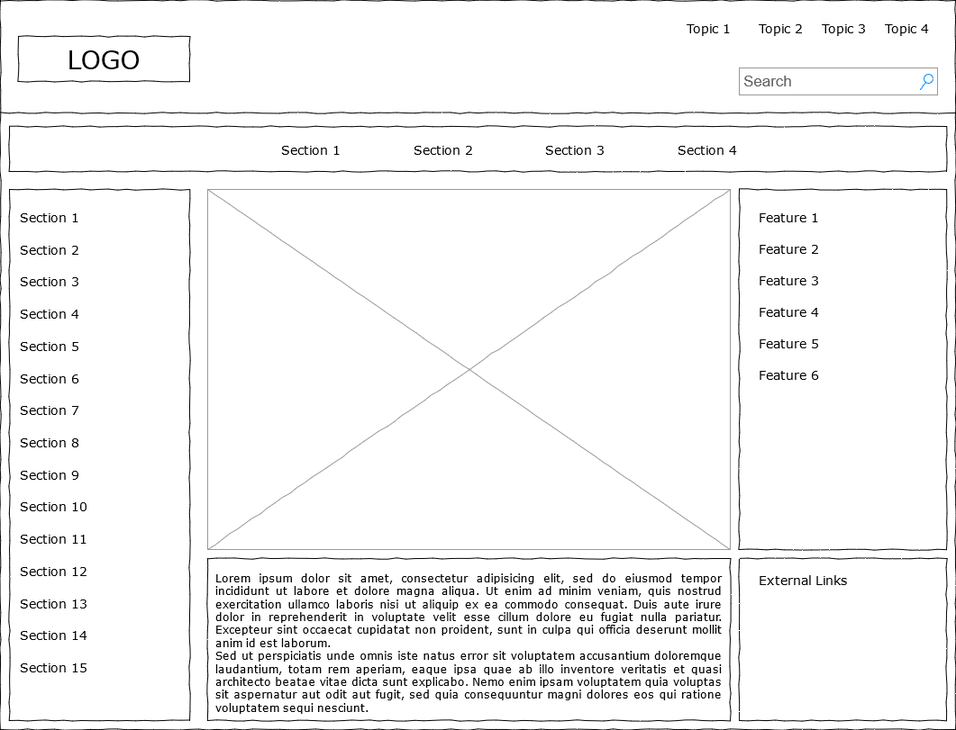
Above: designUX/AdvisorLayoutJustin.drawio.png in olmansju/advisingHelperClientSide (draw.io), before the change. Source tidied: cells renumbered, new cells last; positions are measured from the earlier drawing's top-left corner, leaving out a move shared by most shapes.
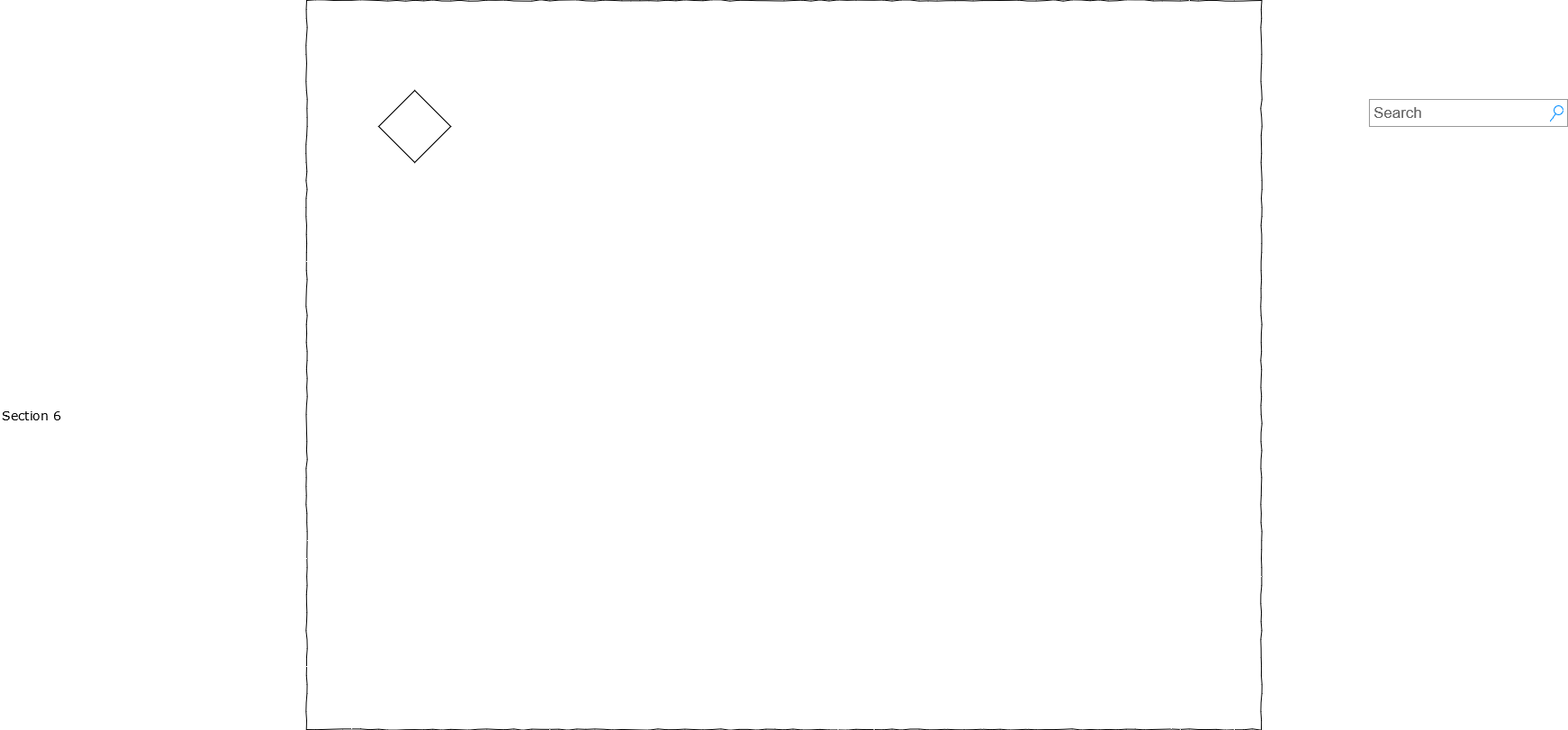
Above is the later version.

What changed in the source:
```diff
@@ -5,122 +5,14 @@
     <mxCell id="2" style="whiteSpace=wrap;html=1;rounded=0;shadow=0;labelBackgroundColor=none;strokeColor=#000000;strokeWidth=1;fillColor=none;fontFamily=Verdana;fontSize=12;fontColor=#000000;align=center;comic=1;" parent="1" vertex="1">
       <mxGeometry width="1060" height="810" as="geometry" />
     </mxCell>
-    <mxCell id="3" value="LOGO" style="whiteSpace=wrap;html=1;rounded=0;shadow=0;labelBackgroundColor=none;strokeWidth=1;fontFamily=Verdana;fontSize=28;align=center;comic=1;" parent="1" vertex="1">
-      <mxGeometry x="20" y="40" width="190" height="50" as="geometry" />
-    </mxCell>
     <mxCell id="4" value="Search" style="strokeWidth=1;shadow=0;dashed=0;align=center;html=1;shape=mxgraph.mockup.forms.searchBox;strokeColor=#999999;mainText=;strokeColor2=#008cff;fontColor=#666666;fontSize=17;align=left;spacingLeft=3;rounded=0;labelBackgroundColor=none;comic=1;" parent="1" vertex="1">
-      <mxGeometry x="820" y="75" width="220" height="30" as="geometry" />
+      <mxGeometry x="1180" y="110" width="220" height="30" as="geometry" />
     </mxCell>
-    <mxCell id="5" value="Topic 1" style="text;html=1;align=left;verticalAlign=top;spacingTop=-4;fontSize=14;fontFamily=Verdana;" parent="1" vertex="1">
-      <mxGeometry x="760" y="20" width="60" height="20" as="geometry" />
-    </mxCell>
-    <mxCell id="6" value="Topic 2" style="text;html=1;align=left;verticalAlign=top;spacingTop=-4;fontSize=14;fontFamily=Verdana;" parent="1" vertex="1">
-      <mxGeometry x="840" y="20" width="60" height="20" as="geometry" />
-    </mxCell>
-    <mxCell id="7" value="Topic 3" style="text;html=1;align=left;verticalAlign=top;spacingTop=-4;fontSize=14;fontFamily=Verdana;" parent="1" vertex="1">
-      <mxGeometry x="910" y="20" width="60" height="20" as="geometry" />
-    </mxCell>
-    <mxCell id="8" value="Topic 4" style="text;html=1;align=left;verticalAlign=top;spacingTop=-4;fontSize=14;fontFamily=Verdana;" parent="1" vertex="1">
-      <mxGeometry x="980" y="20" width="60" height="20" as="geometry" />
-    </mxCell>
-    <mxCell id="9" style="whiteSpace=wrap;html=1;rounded=0;shadow=0;labelBackgroundColor=none;strokeWidth=1;fillColor=none;fontFamily=Verdana;fontSize=12;align=center;comic=1;" parent="1" vertex="1">
-      <mxGeometry x="10" y="210" width="200" height="590" as="geometry" />
-    </mxCell>
-    <mxCell id="10" style="line;strokeWidth=1;html=1;rounded=0;shadow=0;labelBackgroundColor=none;fillColor=none;fontFamily=Verdana;fontSize=14;fontColor=#000000;align=center;comic=1;" parent="1" vertex="1">
-      <mxGeometry y="120" width="1060" height="10" as="geometry" />
-    </mxCell>
-    <mxCell id="11" style="whiteSpace=wrap;html=1;rounded=0;shadow=0;labelBackgroundColor=none;strokeWidth=1;fillColor=none;fontFamily=Verdana;fontSize=12;align=center;comic=1;" parent="1" vertex="1">
-      <mxGeometry x="10" y="140" width="1040" height="50" as="geometry" />
-    </mxCell>
-    <mxCell id="12" value="Section 1" style="text;html=1;align=left;verticalAlign=top;spacingTop=-4;fontSize=14;fontFamily=Verdana;" parent="1" vertex="1">
-      <mxGeometry x="310" y="155" width="60" height="20" as="geometry" />
-    </mxCell>
-    <mxCell id="13" value="Section 2" style="text;html=1;align=left;verticalAlign=top;spacingTop=-4;fontSize=14;fontFamily=Verdana;" parent="1" vertex="1">
-      <mxGeometry x="457" y="155" width="60" height="20" as="geometry" />
-    </mxCell>
-    <mxCell id="14" value="Section 3" style="text;html=1;align=left;verticalAlign=top;spacingTop=-4;fontSize=14;fontFamily=Verdana;" parent="1" vertex="1">
-      <mxGeometry x="603" y="155" width="60" height="20" as="geometry" />
-    </mxCell>
-    <mxCell id="15" value="Section 4" style="text;html=1;align=left;verticalAlign=top;spacingTop=-4;fontSize=14;fontFamily=Verdana;" parent="1" vertex="1">
-      <mxGeometry x="750" y="155" width="60" height="20" as="geometry" />
-    </mxCell>
-    <mxCell id="16" value="&lt;div style=&quot;text-align: justify&quot;&gt;&lt;span&gt;Lorem ipsum dolor sit amet, consectetur adipisicing elit, sed do eiusmod tempor incididunt ut labore et dolore magna aliqua. Ut enim ad minim veniam, quis nostrud exercitation ullamco laboris nisi ut aliquip ex ea commodo consequat. Duis aute irure dolor in reprehenderit in voluptate velit esse cillum dolore eu fugiat nulla pariatur. Excepteur sint occaecat cupidatat non proident, sunt in culpa qui officia deserunt mollit anim id est laborum.&lt;/span&gt;&lt;/div&gt;&lt;div style=&quot;text-align: justify&quot;&gt;&lt;span&gt;Sed ut perspiciatis unde omnis iste natus error sit voluptatem accusantium doloremque laudantium, totam rem aperiam, eaque ipsa quae ab illo inventore veritatis et quasi architecto beatae vitae dicta sunt explicabo. Nemo enim ipsam voluptatem quia voluptas sit aspernatur aut odit aut fugit, sed quia consequuntur magni dolores eos qui ratione voluptatem sequi nesciunt.&amp;nbsp;&lt;/span&gt;&lt;/div&gt;" style="whiteSpace=wrap;html=1;rounded=0;shadow=0;labelBackgroundColor=none;strokeWidth=1;fillColor=none;fontFamily=Verdana;fontSize=12;align=center;verticalAlign=top;spacing=10;comic=1;" parent="1" vertex="1">
-      <mxGeometry x="230" y="620" width="580" height="180" as="geometry" />
-    </mxCell>
-    <mxCell id="17" style="verticalLabelPosition=bottom;shadow=0;dashed=0;align=center;html=1;verticalAlign=top;strokeWidth=1;shape=mxgraph.mockup.graphics.simpleIcon;strokeColor=#999999;rounded=0;labelBackgroundColor=none;fontFamily=Verdana;fontSize=14;fontColor=#000000;comic=1;" parent="1" vertex="1">
-      <mxGeometry x="230" y="210" width="580" height="400" as="geometry" />
-    </mxCell>
-    <mxCell id="18" style="whiteSpace=wrap;html=1;rounded=0;shadow=0;labelBackgroundColor=none;strokeWidth=1;fillColor=none;fontFamily=Verdana;fontSize=12;align=center;comic=1;" parent="1" vertex="1">
-      <mxGeometry x="820" y="210" width="230" height="400" as="geometry" />
-    </mxCell>
-    <mxCell id="19" style="whiteSpace=wrap;html=1;rounded=0;shadow=0;labelBackgroundColor=none;strokeWidth=1;fillColor=none;fontFamily=Verdana;fontSize=12;align=center;comic=1;" parent="1" vertex="1">
-      <mxGeometry x="820" y="620" width="230" height="180" as="geometry" />
-    </mxCell>
-    <mxCell id="20" value="Section 1" style="text;html=1;align=left;verticalAlign=top;spacingTop=-4;fontSize=14;fontFamily=Verdana;" parent="1" vertex="1">
-      <mxGeometry x="20" y="230" width="170" height="20" as="geometry" />
-    </mxCell>
-    <mxCell id="21" value="Section 2" style="text;html=1;align=left;verticalAlign=top;spacingTop=-4;fontSize=14;fontFamily=Verdana;" parent="1" vertex="1">
-      <mxGeometry x="20" y="266" width="170" height="20" as="geometry" />
-    </mxCell>
-    <mxCell id="22" value="Section 3" style="text;html=1;align=left;verticalAlign=top;spacingTop=-4;fontSize=14;fontFamily=Verdana;" parent="1" vertex="1">
-      <mxGeometry x="20" y="301" width="170" height="20" as="geometry" />
-    </mxCell>
-    <mxCell id="23" value="Section 4" style="text;html=1;align=left;verticalAlign=top;spacingTop=-4;fontSize=14;fontFamily=Verdana;" parent="1" vertex="1">
-      <mxGeometry x="20" y="337" width="170" height="20" as="geometry" />
-    </mxCell>
-    <mxCell id="24" value="Section 7" style="text;html=1;align=left;verticalAlign=top;spacingTop=-4;fontSize=14;fontFamily=Verdana;" parent="1" vertex="1">
-      <mxGeometry x="20" y="444" width="170" height="20" as="geometry" />
-    </mxCell>
-    <mxCell id="25" value="Section 8" style="text;html=1;align=left;verticalAlign=top;spacingTop=-4;fontSize=14;fontFamily=Verdana;" parent="1" vertex="1">
-      <mxGeometry x="20" y="480" width="170" height="20" as="geometry" />
-    </mxCell>
-    <mxCell id="26" value="Section 9" style="text;html=1;align=left;verticalAlign=top;spacingTop=-4;fontSize=14;fontFamily=Verdana;" parent="1" vertex="1">
-      <mxGeometry x="20" y="516" width="170" height="20" as="geometry" />
-    </mxCell>
-    <mxCell id="27" value="Section 10" style="text;html=1;align=left;verticalAlign=top;spacingTop=-4;fontSize=14;fontFamily=Verdana;" parent="1" vertex="1">
-      <mxGeometry x="20" y="551" width="170" height="20" as="geometry" />
-    </mxCell>
-    <mxCell id="28" value="Section 11" style="text;html=1;align=left;verticalAlign=top;spacingTop=-4;fontSize=14;fontFamily=Verdana;" parent="1" vertex="1">
-      <mxGeometry x="20" y="587" width="170" height="20" as="geometry" />
-    </mxCell>
-    <mxCell id="29" value="Section 12" style="text;html=1;align=left;verticalAlign=top;spacingTop=-4;fontSize=14;fontFamily=Verdana;" parent="1" vertex="1">
-      <mxGeometry x="20" y="623" width="170" height="20" as="geometry" />
-    </mxCell>
-    <mxCell id="30" value="Section 13" style="text;html=1;align=left;verticalAlign=top;spacingTop=-4;fontSize=14;fontFamily=Verdana;" parent="1" vertex="1">
-      <mxGeometry x="20" y="659" width="170" height="20" as="geometry" />
-    </mxCell>
-    <mxCell id="31" value="Section 14" style="text;html=1;align=left;verticalAlign=top;spacingTop=-4;fontSize=14;fontFamily=Verdana;" parent="1" vertex="1">
-      <mxGeometry x="20" y="694" width="170" height="20" as="geometry" />
-    </mxCell>
-    <mxCell id="32" value="Section 5" style="text;html=1;align=left;verticalAlign=top;spacingTop=-4;fontSize=14;fontFamily=Verdana;" parent="1" vertex="1">
-      <mxGeometry x="20" y="373" width="170" height="20" as="geometry" />
-    </mxCell>
     <mxCell id="33" value="Section 6" style="text;html=1;align=left;verticalAlign=top;spacingTop=-4;fontSize=14;fontFamily=Verdana;" parent="1" vertex="1">
-      <mxGeometry x="20" y="409" width="170" height="20" as="geometry" />
+      <mxGeometry x="-340" y="450" width="170" height="20" as="geometry" />
     </mxCell>
-    <mxCell id="34" value="Section 15" style="text;html=1;align=left;verticalAlign=top;spacingTop=-4;fontSize=14;fontFamily=Verdana;" parent="1" vertex="1">
-      <mxGeometry x="20" y="730" width="170" height="20" as="geometry" />
-    </mxCell>
-    <mxCell id="35" value="External Links" style="text;html=1;align=left;verticalAlign=top;spacingTop=-4;fontSize=14;fontFamily=Verdana;" parent="1" vertex="1">
-      <mxGeometry x="840" y="633" width="170" height="20" as="geometry" />
-    </mxCell>
-    <mxCell id="36" value="Feature 1" style="text;html=1;align=left;verticalAlign=top;spacingTop=-4;fontSize=14;fontFamily=Verdana;" parent="1" vertex="1">
-      <mxGeometry x="840" y="230" width="170" height="20" as="geometry" />
-    </mxCell>
-    <mxCell id="37" value="Feature 2" style="text;html=1;align=left;verticalAlign=top;spacingTop=-4;fontSize=14;fontFamily=Verdana;" parent="1" vertex="1">
-      <mxGeometry x="840" y="265" width="170" height="20" as="geometry" />
-    </mxCell>
-    <mxCell id="38" value="Feature 3" style="text;html=1;align=left;verticalAlign=top;spacingTop=-4;fontSize=14;fontFamily=Verdana;" parent="1" vertex="1">
-      <mxGeometry x="840" y="300" width="170" height="20" as="geometry" />
-    </mxCell>
-    <mxCell id="39" value="Feature 4" style="text;html=1;align=left;verticalAlign=top;spacingTop=-4;fontSize=14;fontFamily=Verdana;" parent="1" vertex="1">
-      <mxGeometry x="840" y="335" width="170" height="20" as="geometry" />
-    </mxCell>
-    <mxCell id="40" value="Feature 5" style="text;html=1;align=left;verticalAlign=top;spacingTop=-4;fontSize=14;fontFamily=Verdana;" parent="1" vertex="1">
-      <mxGeometry x="840" y="370" width="170" height="20" as="geometry" />
-    </mxCell>
-    <mxCell id="41" value="Feature 6" style="text;html=1;align=left;verticalAlign=top;spacingTop=-4;fontSize=14;fontFamily=Verdana;" parent="1" vertex="1">
-      <mxGeometry x="840" y="405" width="170" height="20" as="geometry" />
-    </mxCell>
+    <mxCell id="42" style="rhombus;whiteSpace=wrap;html=1;" parent="1" vertex="1">
+      <mxGeometry x="80" y="100" width="80" height="80" as="geometry" />
+    </mxCell>
   </root>
 </mxGraphModel>
```
